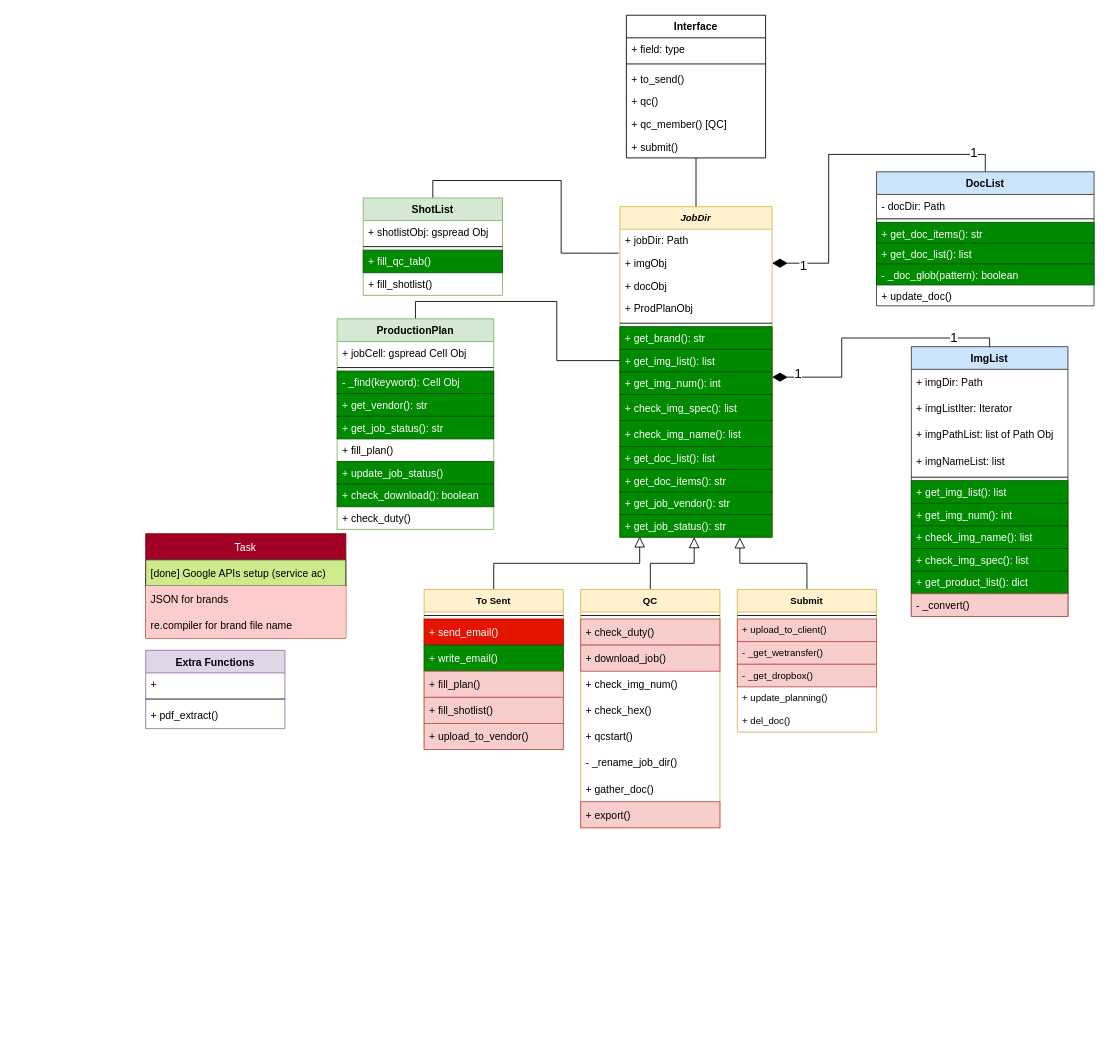
The draw.io diagram page "Class Diagram" (1 of 2) of IHS Class Diagram.drawio in pugtooone/pyhs, before the edit. Source tidied: cells renumbered, new cells numbered last; positions are measured from the earlier drawing's top-left corner, leaving out a move shared by most shapes. Both pictures are drawn from the tidied source at 87%, with x=0, y=0 at pixel (145, 15).
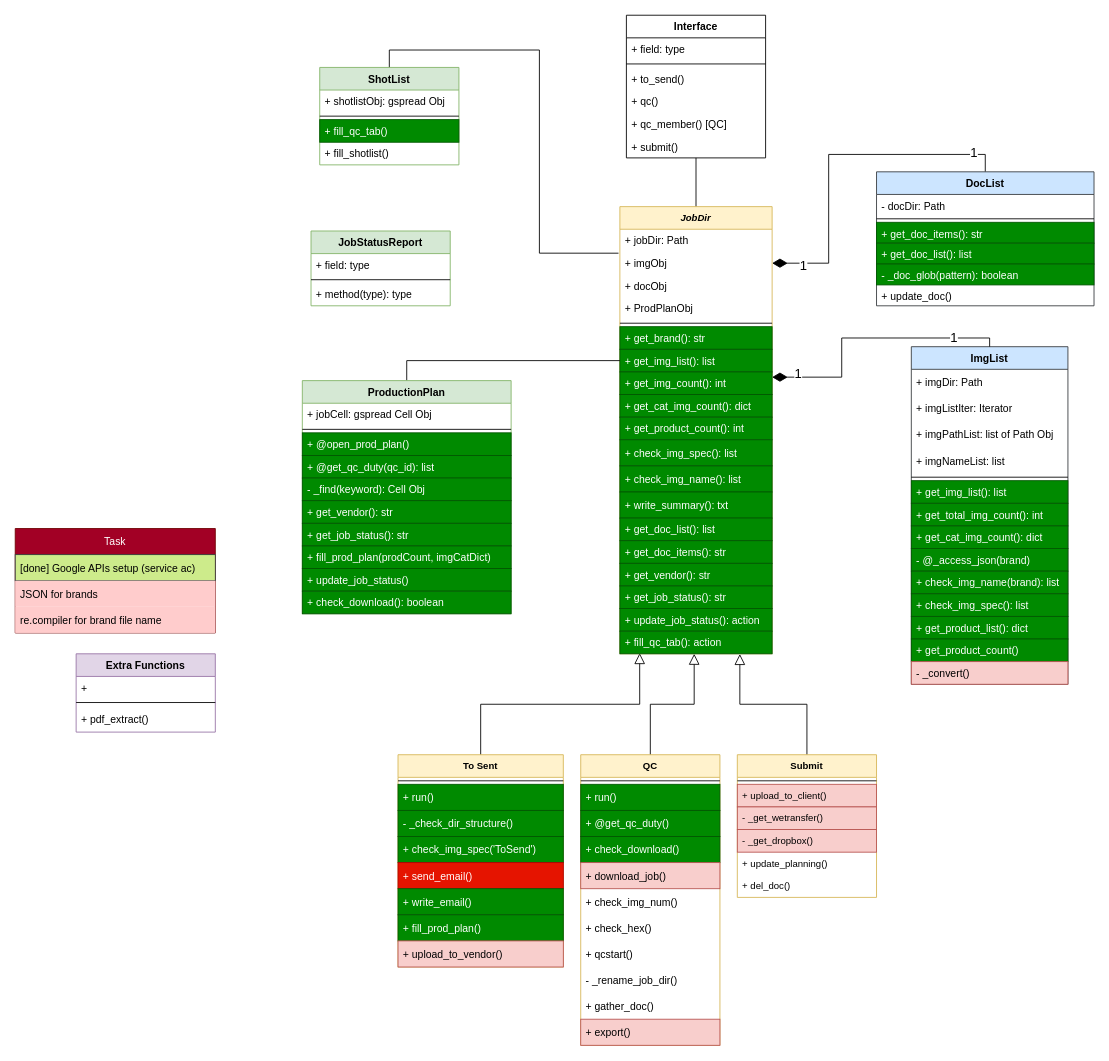
Above is the later version.

What changed in the source:
```diff
@@
     <mxCell id="12" value="ImgList" style="swimlane;fontStyle=1;align=center;verticalAlign=top;horizontal=1;startSize=26;fillColor=#cce5ff;strokeColor=#36393d;" parent="1" vertex="1">
-      <mxGeometry x="880" y="381" width="180" height="310" as="geometry" />
+      <mxGeometry x="880" y="381" width="180" height="388" as="geometry" />
     </mxCell>
@@
-    <mxCell id="19" value="+ get_img_num(): int" style="text;align=left;verticalAlign=top;spacingLeft=4;spacingRight=4;overflow=hidden;fillColor=#008a00;fontColor=#ffffff;strokeColor=#005700;" parent="12" vertex="1">
+    <mxCell id="19" value="+ get_total_img_count(): int" style="text;align=left;verticalAlign=top;spacingLeft=4;spacingRight=4;overflow=hidden;fillColor=#008a00;fontColor=#ffffff;strokeColor=#005700;" parent="12" vertex="1">
       <mxGeometry y="180" width="180" height="26" as="geometry" />
     </mxCell>
+    <mxCell id="102" value="+ get_cat_img_count(): dict" style="text;align=left;verticalAlign=top;spacingLeft=4;spacingRight=4;overflow=hidden;fillColor=#008a00;fontColor=#ffffff;strokeColor=#005700;" parent="12" vertex="1">
+      <mxGeometry y="206" width="180" height="26" as="geometry" />
+    </mxCell>
+    <mxCell id="103" value="- @_access_json(brand)" style="text;align=left;verticalAlign=top;spacingLeft=4;spacingRight=4;overflow=hidden;fillColor=#008a00;fontColor=#ffffff;strokeColor=#005700;" parent="12" vertex="1">
+      <mxGeometry y="232" width="180" height="26" as="geometry" />
+    </mxCell>
-    <mxCell id="20" value="+ check_img_name(): list" style="text;align=left;verticalAlign=top;spacingLeft=4;spacingRight=4;overflow=hidden;fillColor=#008a00;fontColor=#ffffff;strokeColor=#005700;" parent="12" vertex="1">
-      <mxGeometry y="206" width="180" height="26" as="geometry" />
+    <mxCell id="20" value="+ check_img_name(brand): list" style="text;align=left;verticalAlign=top;spacingLeft=4;spacingRight=4;overflow=hidden;fillColor=#008a00;fontColor=#ffffff;strokeColor=#005700;" parent="12" vertex="1">
+      <mxGeometry y="258" width="180" height="26" as="geometry" />
     </mxCell>
     <mxCell id="21" value="+ check_img_spec(): list" style="text;strokeColor=#005700;fillColor=#008a00;align=left;verticalAlign=top;spacingLeft=4;spacingRight=4;overflow=hidden;fontColor=#ffffff;" parent="12" vertex="1">
-      <mxGeometry y="232" width="180" height="26" as="geometry" />
+      <mxGeometry y="284" width="180" height="26" as="geometry" />
     </mxCell>
     <mxCell id="22" value="+ get_product_list(): dict" style="text;strokeColor=#005700;fillColor=#008a00;align=left;verticalAlign=top;spacingLeft=4;spacingRight=4;overflow=hidden;fontColor=#ffffff;" parent="12" vertex="1">
-      <mxGeometry y="258" width="180" height="26" as="geometry" />
+      <mxGeometry y="310" width="180" height="26" as="geometry" />
     </mxCell>
+    <mxCell id="104" value="+ get_product_count()" style="text;strokeColor=#005700;fillColor=#008a00;align=left;verticalAlign=top;spacingLeft=4;spacingRight=4;overflow=hidden;fontColor=#ffffff;" parent="12" vertex="1">
+      <mxGeometry y="336" width="180" height="26" as="geometry" />
+    </mxCell>
     <mxCell id="23" value="- _convert()" style="text;strokeColor=#b85450;fillColor=#f8cecc;align=left;verticalAlign=top;spacingLeft=4;spacingRight=4;overflow=hidden;" parent="12" vertex="1">
-      <mxGeometry y="284" width="180" height="26" as="geometry" />
+      <mxGeometry y="362" width="180" height="26" as="geometry" />
     </mxCell>
@@
     <mxCell id="25" value="QC" style="swimlane;fontStyle=1;align=center;verticalAlign=top;horizontal=1;startSize=26;fontSize=11;fillColor=#fff2cc;strokeColor=#d6b656;" parent="1" vertex="1">
-      <mxGeometry x="500" y="660" width="160" height="274" as="geometry" />
+      <mxGeometry x="500" y="850" width="160" height="334" as="geometry" />
     </mxCell>
@@
+    <mxCell id="105" value="+ run()" style="text;strokeColor=#005700;fillColor=#008a00;align=left;verticalAlign=middle;spacingLeft=4;spacingRight=4;overflow=hidden;fontColor=#ffffff;" parent="25" vertex="1">
+      <mxGeometry y="34" width="160" height="30" as="geometry" />
+    </mxCell>
-    <mxCell id="27" value="+ check_duty()" style="text;strokeColor=#b85450;fillColor=#f8cecc;align=left;verticalAlign=middle;spacingLeft=4;spacingRight=4;overflow=hidden;" parent="25" vertex="1">
-      <mxGeometry y="34" width="160" height="30" as="geometry" />
+    <mxCell id="27" value="+ @get_qc_duty()" style="text;strokeColor=#005700;fillColor=#008a00;align=left;verticalAlign=middle;spacingLeft=4;spacingRight=4;overflow=hidden;fontColor=#ffffff;" parent="25" vertex="1">
+      <mxGeometry y="64" width="160" height="30" as="geometry" />
     </mxCell>
+    <mxCell id="106" value="+ check_download()" style="text;strokeColor=#005700;fillColor=#008a00;align=left;verticalAlign=middle;spacingLeft=4;spacingRight=4;overflow=hidden;fontColor=#ffffff;" parent="25" vertex="1">
+      <mxGeometry y="94" width="160" height="30" as="geometry" />
+    </mxCell>
     <mxCell id="28" value="+ download_job()" style="text;strokeColor=#b85450;fillColor=#f8cecc;align=left;verticalAlign=middle;spacingLeft=4;spacingRight=4;overflow=hidden;" parent="25" vertex="1">
-      <mxGeometry y="64" width="160" height="30" as="geometry" />
+      <mxGeometry y="124" width="160" height="30" as="geometry" />
     </mxCell>
     <mxCell id="29" value="+ check_img_num()" style="text;strokeColor=none;fillColor=none;align=left;verticalAlign=middle;spacingLeft=4;spacingRight=4;overflow=hidden;" parent="25" vertex="1">
-      <mxGeometry y="94" width="160" height="30" as="geometry" />
+      <mxGeometry y="154" width="160" height="30" as="geometry" />
     </mxCell>
     <mxCell id="30" value="+ check_hex()" style="text;strokeColor=none;fillColor=none;align=left;verticalAlign=middle;spacingLeft=4;spacingRight=4;overflow=hidden;" parent="25" vertex="1">
-      <mxGeometry y="124" width="160" height="30" as="geometry" />
+      <mxGeometry y="184" width="160" height="30" as="geometry" />
     </mxCell>
     <mxCell id="31" value="+ qcstart()" style="text;strokeColor=none;fillColor=none;align=left;verticalAlign=middle;spacingLeft=4;spacingRight=4;overflow=hidden;" parent="25" vertex="1">
-      <mxGeometry y="154" width="160" height="30" as="geometry" />
+      <mxGeometry y="214" width="160" height="30" as="geometry" />
     </mxCell>
     <mxCell id="32" value="- _rename_job_dir()" style="text;strokeColor=none;fillColor=none;align=left;verticalAlign=middle;spacingLeft=4;spacingRight=4;overflow=hidden;" parent="25" vertex="1">
-      <mxGeometry y="184" width="160" height="30" as="geometry" />
+      <mxGeometry y="244" width="160" height="30" as="geometry" />
     </mxCell>
     <mxCell id="33" value="+ gather_doc()" style="text;align=left;verticalAlign=middle;spacingLeft=4;spacingRight=4;overflow=hidden;" parent="25" vertex="1">
-      <mxGeometry y="214" width="160" height="30" as="geometry" />
+      <mxGeometry y="274" width="160" height="30" as="geometry" />
     </mxCell>
     <mxCell id="34" value="+ export()" style="text;strokeColor=#b85450;fillColor=#f8cecc;align=left;verticalAlign=middle;spacingLeft=4;spacingRight=4;overflow=hidden;" parent="25" vertex="1">
-      <mxGeometry y="244" width="160" height="30" as="geometry" />
+      <mxGeometry y="304" width="160" height="30" as="geometry" />
     </mxCell>
@@
     <mxCell id="36" value="To Sent" style="swimlane;fontStyle=1;align=center;verticalAlign=top;horizontal=1;startSize=26;fontSize=11;fillColor=#fff2cc;strokeColor=#d6b656;" parent="1" vertex="1">
-      <mxGeometry x="320" y="660" width="160" height="184" as="geometry" />
+      <mxGeometry x="290" y="850" width="190" height="244" as="geometry" />
     </mxCell>
     <mxCell id="37" style="line;strokeWidth=1;fillColor=none;align=left;verticalAlign=middle;spacingTop=-1;spacingLeft=3;spacingRight=3;labelPosition=right;fontSize=11;" parent="36" vertex="1">
-      <mxGeometry y="26" width="160" height="8" as="geometry" />
+      <mxGeometry y="26" width="190" height="8" as="geometry" />
     </mxCell>
+    <mxCell id="107" value="+ run()" style="text;strokeColor=#005700;fillColor=#008a00;align=left;verticalAlign=middle;spacingLeft=4;spacingRight=4;overflow=hidden;fontColor=#ffffff;" parent="36" vertex="1">
+      <mxGeometry y="34" width="190" height="30" as="geometry" />
+    </mxCell>
+    <mxCell id="108" value="- _check_dir_structure()" style="text;strokeColor=#005700;fillColor=#008a00;align=left;verticalAlign=middle;spacingLeft=4;spacingRight=4;overflow=hidden;fontColor=#ffffff;" parent="36" vertex="1">
+      <mxGeometry y="64" width="190" height="30" as="geometry" />
+    </mxCell>
+    <mxCell id="109" value="+ check_img_spec('ToSend')" style="text;strokeColor=#005700;fillColor=#008a00;align=left;verticalAlign=middle;spacingLeft=4;spacingRight=4;overflow=hidden;fontColor=#ffffff;" parent="36" vertex="1">
+      <mxGeometry y="94" width="190" height="30" as="geometry" />
+    </mxCell>
     <mxCell id="38" value="+ send_email()" style="text;strokeColor=#B20000;fillColor=#e51400;align=left;verticalAlign=middle;spacingLeft=4;spacingRight=4;overflow=hidden;fontColor=#ffffff;" parent="36" vertex="1">
-      <mxGeometry y="34" width="160" height="30" as="geometry" />
+      <mxGeometry y="124" width="190" height="30" as="geometry" />
     </mxCell>
     <mxCell id="39" value="+ write_email()" style="text;strokeColor=#005700;fillColor=#008a00;align=left;verticalAlign=middle;spacingLeft=4;spacingRight=4;overflow=hidden;fontColor=#ffffff;" parent="36" vertex="1">
-      <mxGeometry y="64" width="160" height="30" as="geometry" />
+      <mxGeometry y="154" width="190" height="30" as="geometry" />
     </mxCell>
-    <mxCell id="40" value="+ fill_plan()" style="text;strokeColor=#b85450;fillColor=#f8cecc;align=left;verticalAlign=middle;spacingLeft=4;spacingRight=4;overflow=hidden;" parent="36" vertex="1">
-      <mxGeometry y="94" width="160" height="30" as="geometry" />
+    <mxCell id="40" value="+ fill_prod_plan()" style="text;strokeColor=#005700;fillColor=#008a00;align=left;verticalAlign=middle;spacingLeft=4;spacingRight=4;overflow=hidden;fontColor=#ffffff;" parent="36" vertex="1">
+      <mxGeometry y="184" width="190" height="30" as="geometry" />
     </mxCell>
-    <mxCell id="41" value="+ fill_shotlist()" style="text;strokeColor=#b85450;fillColor=#f8cecc;align=left;verticalAlign=middle;spacingLeft=4;spacingRight=4;overflow=hidden;" parent="36" vertex="1">
-      <mxGeometry y="124" width="160" height="30" as="geometry" />
-    </mxCell>
     <mxCell id="42" value="+ upload_to_vendor()" style="text;strokeColor=#b85450;fillColor=#f8cecc;align=left;verticalAlign=middle;spacingLeft=4;spacingRight=4;overflow=hidden;" parent="36" vertex="1">
-      <mxGeometry y="154" width="160" height="30" as="geometry" />
+      <mxGeometry y="214" width="190" height="30" as="geometry" />
     </mxCell>
@@
     <mxCell id="44" value="JobDir" style="swimlane;fontStyle=3;align=center;verticalAlign=top;horizontal=1;startSize=26;fontSize=11;fillColor=#fff2cc;strokeColor=#d6b656;" parent="1" vertex="1">
-      <mxGeometry x="545" y="220" width="175" height="380" as="geometry" />
+      <mxGeometry x="545" y="220" width="175" height="514" as="geometry" />
     </mxCell>
@@
-    <mxCell id="52" value="+ get_img_num(): int" style="text;strokeColor=#005700;fillColor=#008a00;align=left;verticalAlign=top;spacingLeft=4;spacingRight=4;overflow=hidden;points=[[0,0.5],[1,0.5]];portConstraint=eastwest;fontSize=12;fontColor=#ffffff;" parent="44" vertex="1">
+    <mxCell id="52" value="+ get_img_count(): int" style="text;strokeColor=#005700;fillColor=#008a00;align=left;verticalAlign=top;spacingLeft=4;spacingRight=4;overflow=hidden;points=[[0,0.5],[1,0.5]];portConstraint=eastwest;fontSize=12;fontColor=#ffffff;" parent="44" vertex="1">
       <mxGeometry y="190" width="175" height="26" as="geometry" />
     </mxCell>
+    <mxCell id="110" value="+ get_cat_img_count(): dict" style="text;strokeColor=#005700;fillColor=#008a00;align=left;verticalAlign=top;spacingLeft=4;spacingRight=4;overflow=hidden;fontSize=12;fontColor=#ffffff;" parent="44" vertex="1">
+      <mxGeometry y="216" width="175" height="26" as="geometry" />
+    </mxCell>
+    <mxCell id="111" value="+ get_product_count(): int" style="text;strokeColor=#005700;fillColor=#008a00;align=left;verticalAlign=top;spacingLeft=4;spacingRight=4;overflow=hidden;fontSize=12;fontColor=#ffffff;" parent="44" vertex="1">
+      <mxGeometry y="242" width="175" height="26" as="geometry" />
+    </mxCell>
     <mxCell id="53" value="+ check_img_spec(): list" style="text;strokeColor=#005700;fillColor=#008a00;align=left;verticalAlign=middle;spacingLeft=4;spacingRight=4;overflow=hidden;fontColor=#ffffff;" parent="44" vertex="1">
-      <mxGeometry y="216" width="175" height="30" as="geometry" />
+      <mxGeometry y="268" width="175" height="30" as="geometry" />
     </mxCell>
     <mxCell id="54" value="+ check_img_name(): list" style="text;align=left;verticalAlign=middle;spacingLeft=4;spacingRight=4;overflow=hidden;fillColor=#008a00;fontColor=#ffffff;strokeColor=#005700;" parent="44" vertex="1">
-      <mxGeometry y="246" width="175" height="30" as="geometry" />
+      <mxGeometry y="298" width="175" height="30" as="geometry" />
     </mxCell>
+    <mxCell id="112" value="+ write_summary(): txt" style="text;align=left;verticalAlign=middle;spacingLeft=4;spacingRight=4;overflow=hidden;fillColor=#008a00;fontColor=#ffffff;strokeColor=#005700;" parent="44" vertex="1">
+      <mxGeometry y="328" width="175" height="30" as="geometry" />
+    </mxCell>
     <mxCell id="55" value="+ get_doc_list(): list" style="text;strokeColor=#005700;fillColor=#008a00;align=left;verticalAlign=top;spacingLeft=4;spacingRight=4;overflow=hidden;fontSize=12;fontColor=#ffffff;" parent="44" vertex="1">
-      <mxGeometry y="276" width="175" height="26" as="geometry" />
+      <mxGeometry y="358" width="175" height="26" as="geometry" />
     </mxCell>
     <mxCell id="56" value="+ get_doc_items(): str" style="text;strokeColor=#005700;fillColor=#008a00;align=left;verticalAlign=top;spacingLeft=4;spacingRight=4;overflow=hidden;fontSize=12;fontColor=#ffffff;" parent="44" vertex="1">
-      <mxGeometry y="302" width="175" height="26" as="geometry" />
+      <mxGeometry y="384" width="175" height="26" as="geometry" />
     </mxCell>
-    <mxCell id="57" value="+ get_job_vendor(): str" style="text;strokeColor=#005700;fillColor=#008a00;align=left;verticalAlign=top;spacingLeft=4;spacingRight=4;overflow=hidden;fontSize=12;fontColor=#ffffff;" parent="44" vertex="1">
-      <mxGeometry y="328" width="175" height="26" as="geometry" />
+    <mxCell id="57" value="+ get_vendor(): str" style="text;strokeColor=#005700;fillColor=#008a00;align=left;verticalAlign=top;spacingLeft=4;spacingRight=4;overflow=hidden;fontSize=12;fontColor=#ffffff;" parent="44" vertex="1">
+      <mxGeometry y="410" width="175" height="26" as="geometry" />
     </mxCell>
+    <mxCell id="113" value="+ get_job_status(): str" style="text;strokeColor=#005700;fillColor=#008a00;align=left;verticalAlign=top;spacingLeft=4;spacingRight=4;overflow=hidden;fontSize=12;fontColor=#ffffff;" parent="44" vertex="1">
+      <mxGeometry y="436" width="175" height="26" as="geometry" />
+    </mxCell>
+    <mxCell id="114" value="+ update_job_status(): action" style="text;strokeColor=#005700;fillColor=#008a00;align=left;verticalAlign=top;spacingLeft=4;spacingRight=4;overflow=hidden;fontSize=12;fontColor=#ffffff;" parent="44" vertex="1">
+      <mxGeometry y="462" width="175" height="26" as="geometry" />
+    </mxCell>
-    <mxCell id="58" value="+ get_job_status(): str" style="text;strokeColor=#005700;fillColor=#008a00;align=left;verticalAlign=top;spacingLeft=4;spacingRight=4;overflow=hidden;points=[[0,0.5],[1,0.5]];portConstraint=eastwest;fontSize=12;fontColor=#ffffff;" parent="44" vertex="1">
-      <mxGeometry y="354" width="175" height="26" as="geometry" />
+    <mxCell id="58" value="+ fill_qc_tab(): action" style="text;strokeColor=#005700;fillColor=#008a00;align=left;verticalAlign=top;spacingLeft=4;spacingRight=4;overflow=hidden;points=[[0,0.5],[1,0.5]];portConstraint=eastwest;fontSize=12;fontColor=#ffffff;" parent="44" vertex="1">
+      <mxGeometry y="488" width="175" height="26" as="geometry" />
     </mxCell>
@@
     <mxCell id="60" value="Submit" style="swimlane;fontStyle=1;align=center;verticalAlign=top;horizontal=1;startSize=26;fontSize=11;fillColor=#fff2cc;strokeColor=#d6b656;" parent="1" vertex="1">
-      <mxGeometry x="680" y="660" width="160" height="164" as="geometry" />
+      <mxGeometry x="680" y="850" width="160" height="164" as="geometry" />
     </mxCell>
@@
     <mxCell id="75" value="ProductionPlan" style="swimlane;fontStyle=1;align=center;verticalAlign=top;horizontal=1;startSize=26;fillColor=#d5e8d4;strokeColor=#82b366;" parent="1" vertex="1">
-      <mxGeometry x="220" y="349" width="180" height="242" as="geometry" />
+      <mxGeometry x="180" y="420" width="240" height="268" as="geometry" />
     </mxCell>
     <mxCell id="76" value="+ jobCell: gspread Cell Obj" style="text;strokeColor=none;fillColor=none;align=left;verticalAlign=top;spacingLeft=4;spacingRight=4;overflow=hidden;" parent="75" vertex="1">
-      <mxGeometry y="26" width="180" height="26" as="geometry" />
+      <mxGeometry y="26" width="240" height="26" as="geometry" />
     </mxCell>
     <mxCell id="77" style="line;strokeWidth=1;fillColor=none;align=left;verticalAlign=middle;spacingTop=-1;spacingLeft=3;spacingRight=3;labelPosition=right;" parent="75" vertex="1">
-      <mxGeometry y="52" width="180" height="8" as="geometry" />
+      <mxGeometry y="52" width="240" height="8" as="geometry" />
     </mxCell>
+    <mxCell id="115" value="+ @open_prod_plan()" style="text;strokeColor=#005700;fillColor=#008a00;align=left;verticalAlign=top;spacingLeft=4;spacingRight=4;overflow=hidden;fontColor=#ffffff;" parent="75" vertex="1">
+      <mxGeometry y="60" width="240" height="26" as="geometry" />
+    </mxCell>
+    <mxCell id="116" value="+ @get_qc_duty(qc_id): list" style="text;strokeColor=#005700;fillColor=#008a00;align=left;verticalAlign=top;spacingLeft=4;spacingRight=4;overflow=hidden;fontColor=#ffffff;" parent="75" vertex="1">
+      <mxGeometry y="86" width="240" height="26" as="geometry" />
+    </mxCell>
     <mxCell id="78" value="- _find(keyword): Cell Obj" style="text;strokeColor=#005700;fillColor=#008a00;align=left;verticalAlign=top;spacingLeft=4;spacingRight=4;overflow=hidden;fontColor=#ffffff;" parent="75" vertex="1">
-      <mxGeometry y="60" width="180" height="26" as="geometry" />
+      <mxGeometry y="112" width="240" height="26" as="geometry" />
     </mxCell>
     <mxCell id="79" value="+ get_vendor(): str&#10;" style="text;strokeColor=#005700;fillColor=#008a00;align=left;verticalAlign=top;spacingLeft=4;spacingRight=4;overflow=hidden;fontColor=#ffffff;" parent="75" vertex="1">
-      <mxGeometry y="86" width="180" height="26" as="geometry" />
+      <mxGeometry y="138" width="240" height="26" as="geometry" />
     </mxCell>
     <mxCell id="80" value="+ get_job_status(): str&#10;" style="text;strokeColor=#005700;fillColor=#008a00;align=left;verticalAlign=top;spacingLeft=4;spacingRight=4;overflow=hidden;fontColor=#ffffff;" parent="75" vertex="1">
-      <mxGeometry y="112" width="180" height="26" as="geometry" />
+      <mxGeometry y="164" width="240" height="26" as="geometry" />
     </mxCell>
-    <mxCell id="81" value="+ fill_plan()" style="text;strokeColor=none;fillColor=none;align=left;verticalAlign=top;spacingLeft=4;spacingRight=4;overflow=hidden;" parent="75" vertex="1">
-      <mxGeometry y="138" width="180" height="26" as="geometry" />
+    <mxCell id="81" value="+ fill_prod_plan(prodCount, imgCatDict)" style="text;strokeColor=#005700;fillColor=#008a00;align=left;verticalAlign=top;spacingLeft=4;spacingRight=4;overflow=hidden;fontColor=#ffffff;" parent="75" vertex="1">
+      <mxGeometry y="190" width="240" height="26" as="geometry" />
     </mxCell>
     <mxCell id="82" value="+ update_job_status()" style="text;strokeColor=#005700;fillColor=#008a00;align=left;verticalAlign=top;spacingLeft=4;spacingRight=4;overflow=hidden;fontColor=#ffffff;" parent="75" vertex="1">
-      <mxGeometry y="164" width="180" height="26" as="geometry" />
+      <mxGeometry y="216" width="240" height="26" as="geometry" />
     </mxCell>
     <mxCell id="83" value="+ check_download(): boolean" style="text;strokeColor=#005700;fillColor=#008a00;align=left;verticalAlign=top;spacingLeft=4;spacingRight=4;overflow=hidden;fontColor=#ffffff;" parent="75" vertex="1">
-      <mxGeometry y="190" width="180" height="26" as="geometry" />
+      <mxGeometry y="242" width="240" height="26" as="geometry" />
     </mxCell>
-    <mxCell id="84" value="+ check_duty()" style="text;strokeColor=none;fillColor=none;align=left;verticalAlign=top;spacingLeft=4;spacingRight=4;overflow=hidden;" parent="75" vertex="1">
-      <mxGeometry y="216" width="180" height="26" as="geometry" />
-    </mxCell>
@@
     <mxCell id="89" value="ShotList" style="swimlane;fontStyle=1;align=center;verticalAlign=top;horizontal=1;startSize=26;fontSize=12;fillColor=#d5e8d4;strokeColor=#82b366;" parent="1" vertex="1">
-      <mxGeometry x="250" y="210" width="160" height="112" as="geometry" />
+      <mxGeometry x="200" y="60" width="160" height="112" as="geometry" />
     </mxCell>
@@
     <mxCell id="94" value="Extra Functions" style="swimlane;fontStyle=1;align=center;verticalAlign=top;horizontal=1;startSize=26;fillColor=#e1d5e7;strokeColor=#9673a6;" parent="1" vertex="1">
-      <mxGeometry y="730" width="160" height="90" as="geometry" />
+      <mxGeometry x="-80" y="734" width="160" height="90" as="geometry" />
     </mxCell>
@@
     <mxCell id="98" value="Task" style="swimlane;fontStyle=0;horizontal=1;startSize=30;fillColor=#a20025;fontColor=#ffffff;strokeColor=#6F0000;" parent="1" vertex="1">
-      <mxGeometry y="596" width="230" height="120" as="geometry" />
+      <mxGeometry x="-150" y="590" width="230" height="120" as="geometry" />
     </mxCell>
@@
+    <mxCell id="117" value="JobStatusReport" style="swimlane;fontStyle=1;align=center;verticalAlign=top;horizontal=1;startSize=26;fillColor=#d5e8d4;strokeColor=#82b366;" parent="1" vertex="1">
+      <mxGeometry x="190" y="248" width="160" height="86" as="geometry" />
+    </mxCell>
+    <mxCell id="118" value="+ field: type" style="text;strokeColor=none;fillColor=none;align=left;verticalAlign=top;spacingLeft=4;spacingRight=4;overflow=hidden;" parent="117" vertex="1">
+      <mxGeometry y="26" width="160" height="26" as="geometry" />
+    </mxCell>
+    <mxCell id="119" style="line;strokeWidth=1;fillColor=none;align=left;verticalAlign=middle;spacingTop=-1;spacingLeft=3;spacingRight=3;labelPosition=right;" parent="117" vertex="1">
+      <mxGeometry y="52" width="160" height="8" as="geometry" />
+    </mxCell>
+    <mxCell id="120" value="+ method(type): type" style="text;strokeColor=none;fillColor=none;align=left;verticalAlign=top;spacingLeft=4;spacingRight=4;overflow=hidden;" parent="117" vertex="1">
+      <mxGeometry y="60" width="160" height="26" as="geometry" />
+    </mxCell>
```
